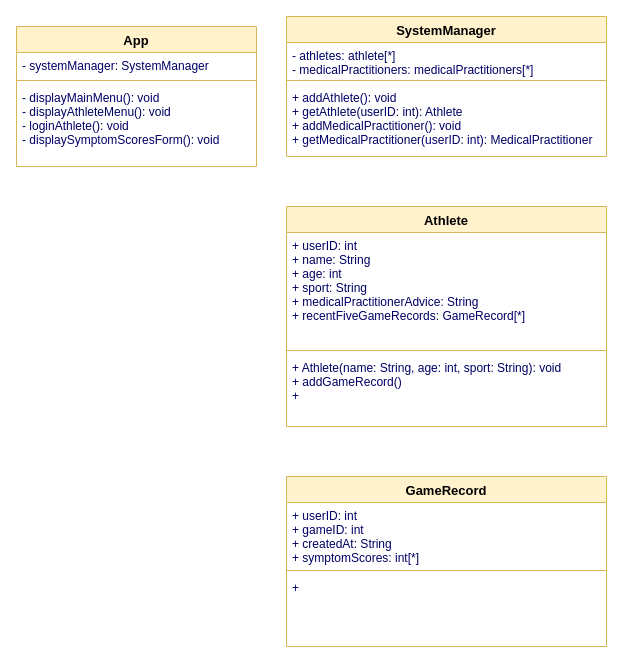
This is Sport Concussion Assessment System/class_diagram.drawio from hiroto0222/CSE598-ASAD, a draw.io file, before an edit. Source tidied: cells renumbered, new cells numbered last; positions are measured from the earlier drawing's top-left corner, leaving out a move shared by most shapes. Both pictures are drawn from the tidied source at 100%, with x=0, y=0 at pixel (16, 16).
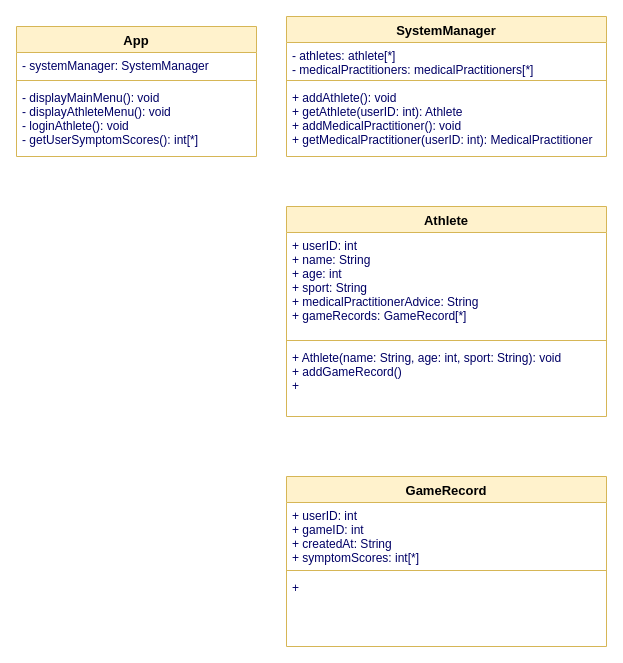
After the change.

Change to the diagram source:
```diff
@@
 <mxGraphModel>
   <root>
     <mxCell id="0" />
     <mxCell id="1" parent="0" />
     <mxCell id="2" value="App" style="swimlane;fontStyle=1;align=center;verticalAlign=top;horizontal=1;startSize=26;swimlaneFillColor=#ffffff;strokeColor=#d6b656;strokeWidth=1;fillColor=#fff2cc;fontSize=13;" parent="1" vertex="1">
-      <mxGeometry y="10" width="240" height="140" as="geometry" />
+      <mxGeometry y="10" width="240" height="130" as="geometry" />
     </mxCell>
     <mxCell id="3" value="- systemManager: SystemManager" style="text;strokeColor=none;fillColor=none;align=left;verticalAlign=top;spacingLeft=4;spacingRight=4;overflow=hidden;fontColor=#000066;" parent="2" vertex="1">
       <mxGeometry y="26" width="240" height="24" as="geometry" />
     </mxCell>
     <mxCell id="4" style="line;strokeWidth=1;fillColor=#fff2cc;align=left;verticalAlign=middle;spacingTop=-1;spacingLeft=3;spacingRight=3;labelPosition=right;strokeColor=#d6b656;" parent="2" vertex="1">
       <mxGeometry y="50" width="240" height="8" as="geometry" />
     </mxCell>
-    <mxCell id="5" value="- displayMainMenu(): void&#10;- displayAthleteMenu(): void&#10;- loginAthlete(): void&#10;- displaySymptomScoresForm(): void" style="text;strokeColor=none;fillColor=none;align=left;verticalAlign=top;spacingLeft=4;spacingRight=4;overflow=hidden;fontColor=#000066;" parent="2" vertex="1">
-      <mxGeometry y="58" width="240" height="82" as="geometry" />
+    <mxCell id="5" value="- displayMainMenu(): void&#10;- displayAthleteMenu(): void&#10;- loginAthlete(): void&#10;- getUserSymptomScores(): int[*]" style="text;strokeColor=none;fillColor=none;align=left;verticalAlign=top;spacingLeft=4;spacingRight=4;overflow=hidden;fontColor=#000066;" parent="2" vertex="1">
+      <mxGeometry y="58" width="240" height="72" as="geometry" />
     </mxCell>
     <mxCell id="6" value="SystemManager" style="swimlane;fontStyle=1;align=center;verticalAlign=top;horizontal=1;startSize=26;swimlaneFillColor=#ffffff;strokeColor=#d6b656;strokeWidth=1;fillColor=#fff2cc;fontSize=13;" parent="1" vertex="1">
       <mxGeometry x="270" width="320" height="140" as="geometry" />
     </mxCell>
     <mxCell id="7" value="- athletes: athlete[*]&#10;- medicalPractitioners: medicalPractitioners[*]" style="text;strokeColor=none;fillColor=none;align=left;verticalAlign=top;spacingLeft=4;spacingRight=4;overflow=hidden;fontColor=#000066;" parent="6" vertex="1">
       <mxGeometry y="26" width="320" height="34" as="geometry" />
     </mxCell>
     <mxCell id="8" style="line;strokeWidth=1;fillColor=#fff2cc;align=left;verticalAlign=middle;spacingTop=-1;spacingLeft=3;spacingRight=3;labelPosition=right;strokeColor=#d6b656;" parent="6" vertex="1">
       <mxGeometry y="60" width="320" height="8" as="geometry" />
     </mxCell>
     <mxCell id="9" value="+ addAthlete(): void&#10;+ getAthlete(userID: int): Athlete&#10;+ addMedicalPractitioner(): void&#10;+ getMedicalPractitioner(userID: int): MedicalPractitioner" style="text;strokeColor=none;fillColor=none;align=left;verticalAlign=top;spacingLeft=4;spacingRight=4;overflow=hidden;fontColor=#000066;" parent="6" vertex="1">
       <mxGeometry y="68" width="320" height="72" as="geometry" />
     </mxCell>
     <mxCell id="10" value="Athlete" style="swimlane;fontStyle=1;align=center;verticalAlign=top;horizontal=1;startSize=26;swimlaneFillColor=#ffffff;strokeColor=#d6b656;strokeWidth=1;fillColor=#fff2cc;fontSize=13;" parent="1" vertex="1">
-      <mxGeometry x="270" y="190" width="320" height="220" as="geometry" />
+      <mxGeometry x="270" y="190" width="320" height="210" as="geometry" />
     </mxCell>
-    <mxCell id="11" value="+ userID: int&#10;+ name: String&#10;+ age: int&#10;+ sport: String&#10;+ medicalPractitionerAdvice: String&#10;+ recentFiveGameRecords: GameRecord[*]" style="text;strokeColor=none;fillColor=none;align=left;verticalAlign=top;spacingLeft=4;spacingRight=4;overflow=hidden;fontColor=#000066;" parent="10" vertex="1">
-      <mxGeometry y="26" width="320" height="114" as="geometry" />
+    <mxCell id="11" value="+ userID: int&#10;+ name: String&#10;+ age: int&#10;+ sport: String&#10;+ medicalPractitionerAdvice: String&#10;+ gameRecords: GameRecord[*]" style="text;strokeColor=none;fillColor=none;align=left;verticalAlign=top;spacingLeft=4;spacingRight=4;overflow=hidden;fontColor=#000066;" parent="10" vertex="1">
+      <mxGeometry y="26" width="320" height="104" as="geometry" />
     </mxCell>
     <mxCell id="12" style="line;strokeWidth=1;fillColor=#fff2cc;align=left;verticalAlign=middle;spacingTop=-1;spacingLeft=3;spacingRight=3;labelPosition=right;strokeColor=#d6b656;" parent="10" vertex="1">
-      <mxGeometry y="140" width="320" height="8" as="geometry" />
+      <mxGeometry y="130" width="320" height="8" as="geometry" />
     </mxCell>
     <mxCell id="13" value="+ Athlete(name: String, age: int, sport: String): void&#10;+ addGameRecord()&#10;+ " style="text;strokeColor=none;fillColor=none;align=left;verticalAlign=top;spacingLeft=4;spacingRight=4;overflow=hidden;fontColor=#000066;" parent="10" vertex="1">
-      <mxGeometry y="148" width="320" height="72" as="geometry" />
+      <mxGeometry y="138" width="320" height="72" as="geometry" />
     </mxCell>
     <mxCell id="14" value="GameRecord" style="swimlane;fontStyle=1;align=center;verticalAlign=top;horizontal=1;startSize=26;swimlaneFillColor=#ffffff;strokeColor=#d6b656;strokeWidth=1;fillColor=#fff2cc;fontSize=13;" parent="1" vertex="1">
       <mxGeometry x="270" y="460" width="320" height="170" as="geometry" />
     </mxCell>
     <mxCell id="15" value="+ userID: int&#10;+ gameID: int&#10;+ createdAt: String&#10;+ symptomScores: int[*]" style="text;strokeColor=none;fillColor=none;align=left;verticalAlign=top;spacingLeft=4;spacingRight=4;overflow=hidden;fontColor=#000066;" parent="14" vertex="1">
       <mxGeometry y="26" width="320" height="64" as="geometry" />
     </mxCell>
     <mxCell id="16" style="line;strokeWidth=1;fillColor=#fff2cc;align=left;verticalAlign=middle;spacingTop=-1;spacingLeft=3;spacingRight=3;labelPosition=right;strokeColor=#d6b656;" parent="14" vertex="1">
       <mxGeometry y="90" width="320" height="8" as="geometry" />
     </mxCell>
     <mxCell id="17" value="+ " style="text;strokeColor=none;fillColor=none;align=left;verticalAlign=top;spacingLeft=4;spacingRight=4;overflow=hidden;fontColor=#000066;" parent="14" vertex="1">
       <mxGeometry y="98" width="320" height="72" as="geometry" />
     </mxCell>
   </root>
 </mxGraphModel>
```
